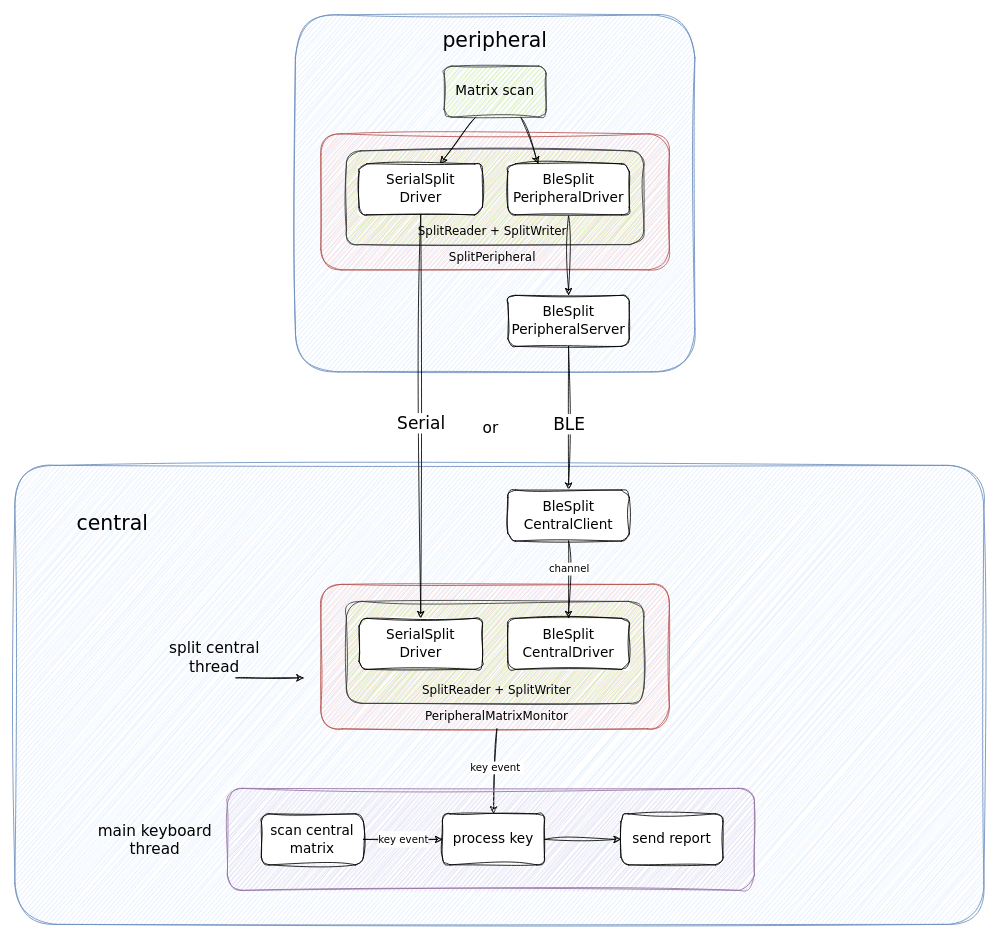
Before: docs/src/images/split_keyboard.drawio in HaoboGu/rmk, a draw.io diagram. Source tidied: cells renumbered, new cells numbered last; positions are measured from the earlier drawing's top-left corner, leaving out a move shared by most shapes. Both pictures are drawn from the tidied source at 85%, with x=0, y=0 at pixel (14, 14).
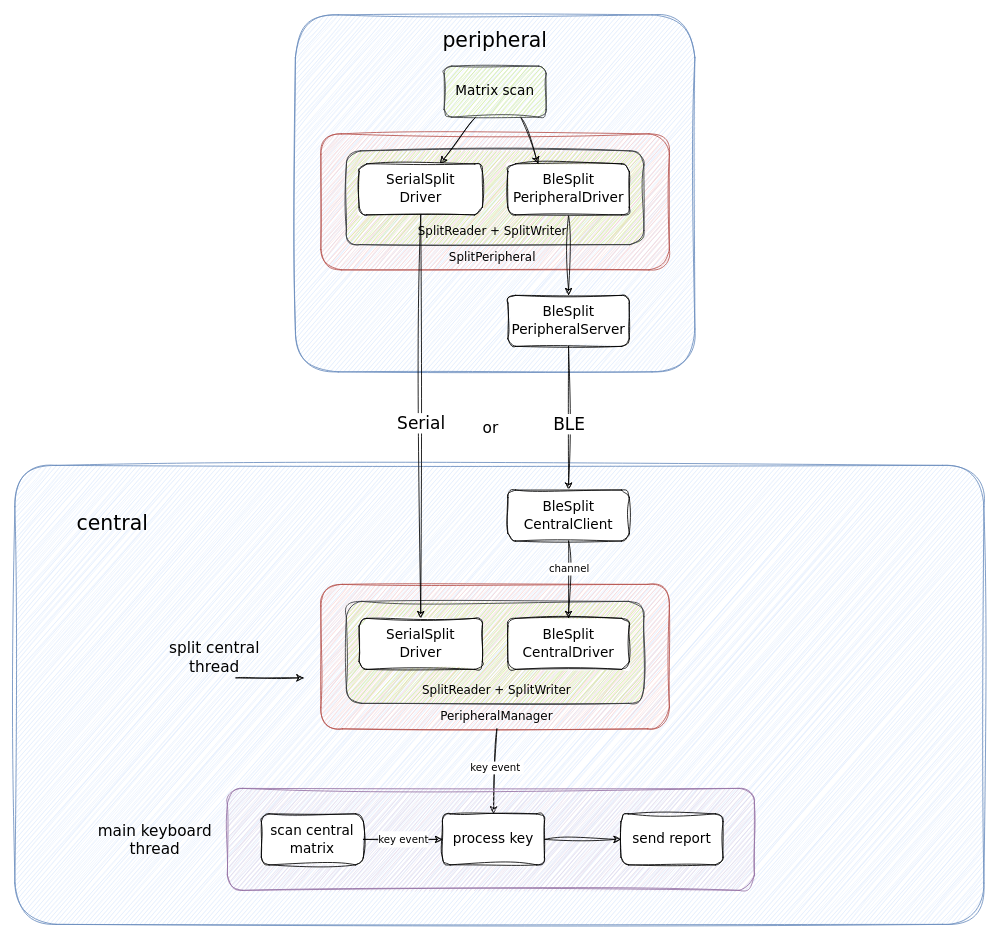
Above is the later version.

Change to the diagram source:
```diff
@@
-    <mxCell id="30" value="PeripheralMatrixMonitor" style="text;html=1;strokeColor=none;fillColor=none;align=center;verticalAlign=middle;whiteSpace=wrap;rounded=0;sketch=1;hachureGap=4;jiggle=2;curveFitting=1;fontFamily=Verdana;fontSize=14;" parent="1" vertex="1">
+    <mxCell id="30" value="PeripheralManager" style="text;html=1;strokeColor=none;fillColor=none;align=center;verticalAlign=middle;whiteSpace=wrap;rounded=0;sketch=1;hachureGap=4;jiggle=2;curveFitting=1;fontFamily=Verdana;fontSize=14;" parent="1" vertex="1">
       <mxGeometry x="421" y="810" width="292.1" height="30" as="geometry" />
     </mxCell>
```
